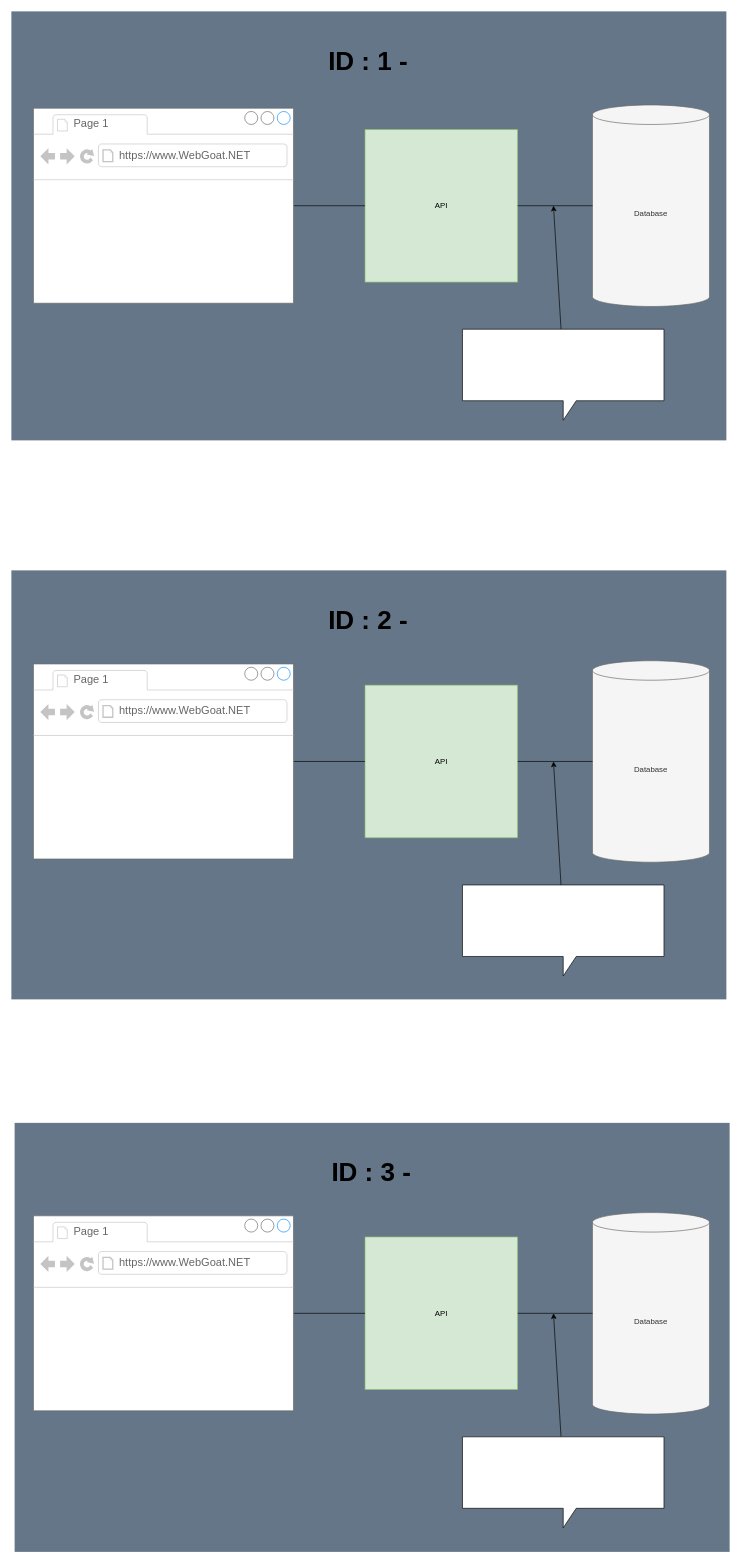
MagnusMadsen/Software_sikkerhed_eksamen keeps this draw.io diagram as dokumenter/Drawio/Arkitektur diagram.drawio. Above is the earlier version. Source tidied: cells renumbered, new cells numbered last; positions are measured from the earlier drawing's top-left corner, leaving out a move shared by most shapes. Both pictures are drawn from the tidied source at 65%, with x=0, y=0 at pixel (11, 11).
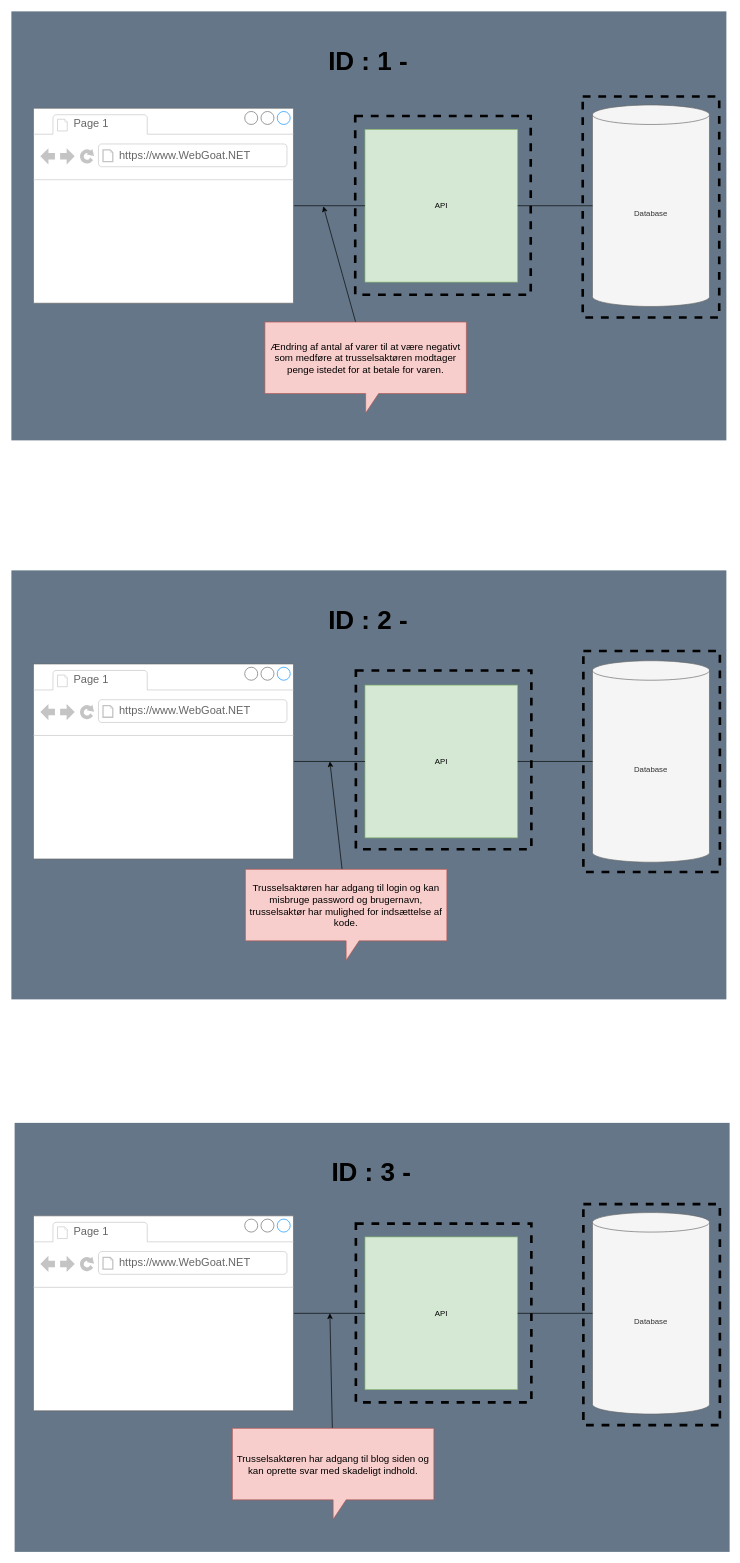
The same diagram, later.

Commit message (it also covers changes not shown here):
updatering af akitektur diagram

Diff of the diagram source:
```diff
@@
     <mxCell id="12" style="edgeStyle=none;html=1;" parent="1" edge="1" source="13">
       <mxGeometry relative="1" as="geometry">
-        <mxPoint x="834" y="1154" as="targetPoint" />
+        <mxPoint x="490" y="1154" as="targetPoint" />
       </mxGeometry>
     </mxCell>
-    <mxCell id="13" style="shape=callout;whiteSpace=wrap;html=1;perimeter=calloutPerimeter;" parent="1" vertex="1">
-      <mxGeometry x="694" y="1344" width="310" height="140" as="geometry" />
+    <mxCell id="13" value="&lt;p&gt;Trusselsaktøren har adgang til login og kan misbruge password og brugernavn, trusselsaktør har mulighed for indsættelse af kode.&lt;/p&gt;" style="shape=callout;whiteSpace=wrap;html=1;perimeter=calloutPerimeter;fontSize=15;fillColor=#f8cecc;strokeColor=#b85450;" parent="1" vertex="1">
+      <mxGeometry x="360" y="1320" width="310" height="140" as="geometry" />
     </mxCell>
@@
     <mxCell id="21" style="edgeStyle=none;html=1;" parent="1" edge="1" source="22">
       <mxGeometry relative="1" as="geometry">
-        <mxPoint x="834" y="2003" as="targetPoint" />
+        <mxPoint x="490" y="2003" as="targetPoint" />
       </mxGeometry>
     </mxCell>
-    <mxCell id="22" style="shape=callout;whiteSpace=wrap;html=1;perimeter=calloutPerimeter;" parent="1" vertex="1">
-      <mxGeometry x="694" y="2193" width="310" height="140" as="geometry" />
+    <mxCell id="22" value="&lt;p&gt;Trusselsaktøren har adgang til blog siden og kan oprette svar med skadeligt indhold.&lt;/p&gt;" style="shape=callout;whiteSpace=wrap;html=1;perimeter=calloutPerimeter;fillColor=#f8cecc;strokeColor=#b85450;fontSize=15;" parent="1" vertex="1">
+      <mxGeometry x="340" y="2180" width="310" height="140" as="geometry" />
     </mxCell>
@@
     <mxCell id="30" style="edgeStyle=none;html=1;" parent="1" edge="1" source="31">
       <mxGeometry relative="1" as="geometry">
-        <mxPoint x="834" y="299" as="targetPoint" />
+        <mxPoint x="480" y="300" as="targetPoint" />
       </mxGeometry>
     </mxCell>
-    <mxCell id="31" style="shape=callout;whiteSpace=wrap;html=1;perimeter=calloutPerimeter;" parent="1" vertex="1">
-      <mxGeometry x="694" y="489" width="310" height="140" as="geometry" />
+    <mxCell id="31" value="&lt;p&gt;Ændring af antal af varer til at være negativt som medføre at trusselsaktøren modtager penge istedet for at betale for varen.&lt;/p&gt;" style="shape=callout;whiteSpace=wrap;html=1;perimeter=calloutPerimeter;fontSize=15;fillColor=#f8cecc;strokeColor=#b85450;" parent="1" vertex="1">
+      <mxGeometry x="390" y="478" width="310" height="140" as="geometry" />
     </mxCell>
@@
+    <mxCell id="35" style="rounded=0;whiteSpace=wrap;html=1;dashed=1;fillColor=none;fontSize=20;strokeWidth=4;" parent="1" vertex="1">
+      <mxGeometry x="530" y="1865" width="270" height="275" as="geometry" />
+    </mxCell>
+    <mxCell id="36" style="rounded=0;whiteSpace=wrap;html=1;dashed=1;fillColor=none;fontSize=20;strokeWidth=4;" parent="1" vertex="1">
+      <mxGeometry x="880" y="1835" width="210" height="340" as="geometry" />
+    </mxCell>
+    <mxCell id="37" style="rounded=0;whiteSpace=wrap;html=1;dashed=1;fillColor=none;fontSize=20;strokeWidth=4;" parent="1" vertex="1">
+      <mxGeometry x="530" y="1014" width="270" height="275" as="geometry" />
+    </mxCell>
+    <mxCell id="38" style="rounded=0;whiteSpace=wrap;html=1;dashed=1;fillColor=none;fontSize=20;strokeWidth=4;" parent="1" vertex="1">
+      <mxGeometry x="880" y="984" width="210" height="340" as="geometry" />
+    </mxCell>
+    <mxCell id="39" style="rounded=0;whiteSpace=wrap;html=1;dashed=1;fillColor=none;fontSize=20;strokeWidth=4;" parent="1" vertex="1">
+      <mxGeometry x="529" y="161" width="270" height="275" as="geometry" />
+    </mxCell>
+    <mxCell id="40" style="rounded=0;whiteSpace=wrap;html=1;dashed=1;fillColor=none;fontSize=20;strokeWidth=4;" parent="1" vertex="1">
+      <mxGeometry x="879" y="131" width="210" height="340" as="geometry" />
+    </mxCell>
```
